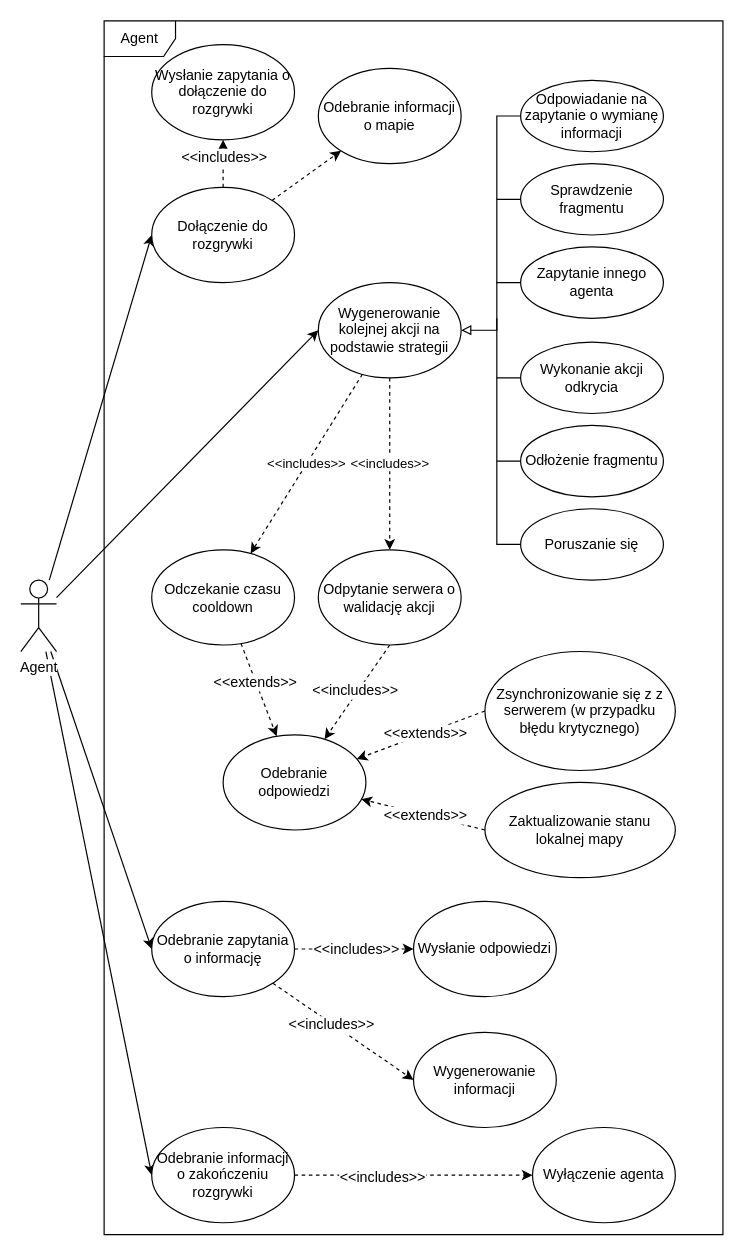
Above: UML/UseCaseDiagram/Agent-Agent.drawio in MINI-IO/IO-project-game (draw.io), before the change. Source tidied: cells renumbered, new cells numbered last; positions are measured from the earlier drawing's top-left corner, leaving out a move shared by most shapes. Both pictures are drawn from the tidied source at 119%, with x=0, y=0 at pixel (20, 20).
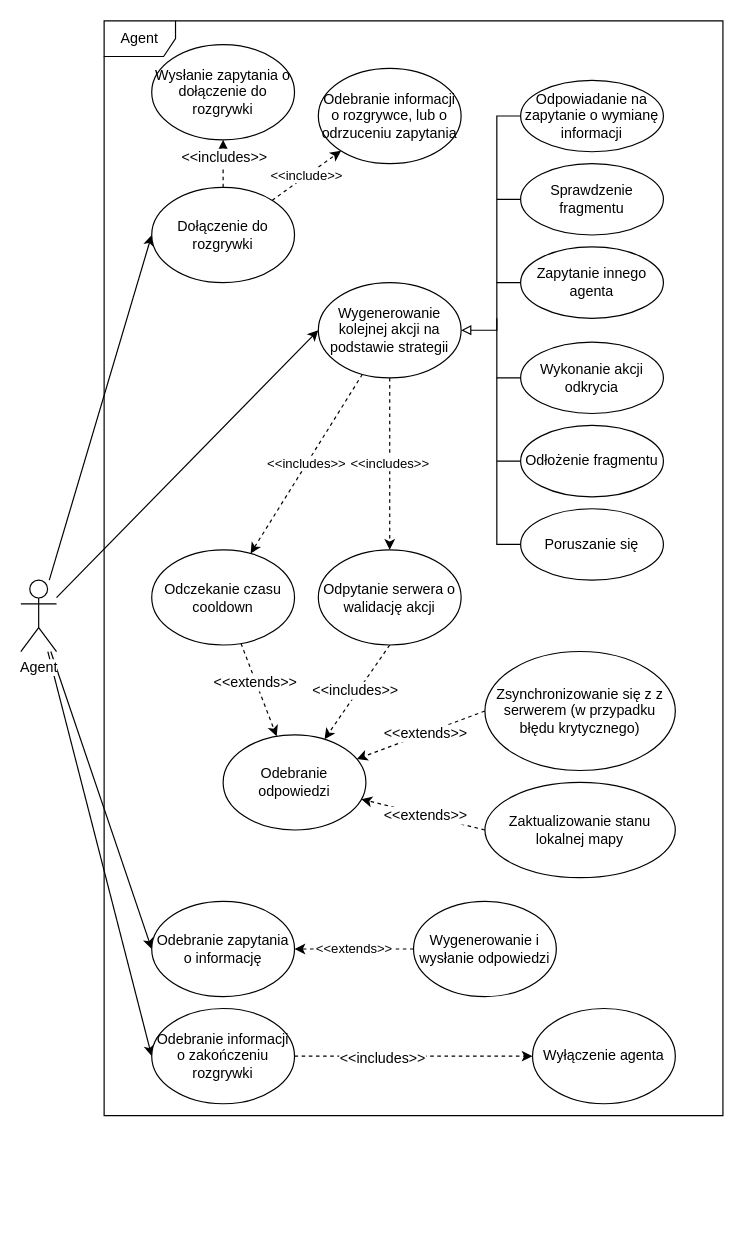
The same page after the edit.

The change refers to these unchanged cells:
```xml
<mxCell id="10" value="Dołączenie do rozgrywki" style="ellipse;whiteSpace=wrap;html=1;" parent="1" vertex="1">
  <mxGeometry x="110" y="140" width="120" height="80" as="geometry" />
</mxCell>
<mxCell id="45" value="Odebranie zapytania o informację" style="ellipse;whiteSpace=wrap;html=1;" parent="1" vertex="1">
  <mxGeometry x="110" y="740" width="120" height="80" as="geometry" />
</mxCell>
```

The edit, as a diff of the source:
```diff
@@
-    <mxCell id="9" style="rounded=0;jettySize=auto;html=1;dashed=1;" parent="1" edge="1" source="10" target="12">
+    <mxCell id="9" value="&amp;lt;&amp;lt;include&amp;gt;&amp;gt;" style="rounded=0;jettySize=auto;html=1;dashed=1;" parent="1" edge="1" source="10" target="12">
       <mxGeometry relative="1" as="geometry" />
     </mxCell>
@@
-    <mxCell id="12" value="Odebranie informacji o mapie" style="ellipse;whiteSpace=wrap;html=1;" parent="1" vertex="1">
+    <mxCell id="12" value="Odebranie informacji o rozgrywce, lub o odrzuceniu zapytania" style="ellipse;whiteSpace=wrap;html=1;" parent="1" vertex="1">
       <mxGeometry x="250" y="40" width="120" height="80" as="geometry" />
     </mxCell>
@@
-    <mxCell id="41" style="edgeStyle=none;rounded=0;jettySize=auto;html=1;entryX=0;entryY=0.5;entryDx=0;entryDy=0;dashed=1;" parent="1" edge="1" source="45" target="46">
-      <mxGeometry relative="1" as="geometry" />
-    </mxCell>
-    <mxCell id="42" value="&amp;lt;&amp;lt;includes&amp;gt;&amp;gt;" style="text;html=1;align=center;verticalAlign=middle;labelBackgroundColor=#ffffff;" parent="41" vertex="1">
-      <mxGeometry x="0.33" y="-1" relative="1" as="geometry">
-        <mxPoint x="-16" y="-1" as="offset" />
-      </mxGeometry>
-    </mxCell>
-    <mxCell id="43" style="edgeStyle=none;rounded=0;jettySize=auto;html=1;entryX=0;entryY=0.5;entryDx=0;entryDy=0;dashed=1;" parent="1" edge="1" source="45" target="47">
-      <mxGeometry relative="1" as="geometry" />
-    </mxCell>
-    <mxCell id="44" value="&amp;lt;&amp;lt;includes&amp;gt;&amp;gt;" style="text;html=1;align=center;verticalAlign=middle;labelBackgroundColor=#ffffff;" parent="43" vertex="1">
-      <mxGeometry x="-0.16" y="-1" relative="1" as="geometry" />
-    </mxCell>
@@
+    <mxCell id="53" value="&amp;lt;&amp;lt;extends&amp;gt;&amp;gt;" style="edgeStyle=orthogonalEdgeStyle;rounded=0;jettySize=auto;html=1;entryX=1;entryY=0.5;entryDx=0;entryDy=0;dashed=1;" parent="1" edge="1" source="46" target="45">
+      <mxGeometry relative="1" as="geometry" />
+    </mxCell>
-    <mxCell id="46" value="Wysłanie odpowiedzi" style="ellipse;whiteSpace=wrap;html=1;" parent="1" vertex="1">
+    <mxCell id="46" value="Wygenerowanie i wysłanie odpowiedzi" style="ellipse;whiteSpace=wrap;html=1;" parent="1" vertex="1">
       <mxGeometry x="330" y="740" width="120" height="80" as="geometry" />
     </mxCell>
-    <mxCell id="47" value="Wygenerowanie informacji" style="ellipse;whiteSpace=wrap;html=1;" parent="1" vertex="1">
-      <mxGeometry x="330" y="850" width="120" height="80" as="geometry" />
-    </mxCell>
@@
     <mxCell id="50" value="Odebranie informacji o zakończeniu rozgrywki" style="ellipse;whiteSpace=wrap;html=1;" parent="1" vertex="1">
-      <mxGeometry x="110" y="930" width="120" height="80" as="geometry" />
+      <mxGeometry x="110" y="830" width="120" height="80" as="geometry" />
     </mxCell>
     <mxCell id="51" value="Wyłączenie agenta" style="ellipse;whiteSpace=wrap;html=1;" parent="1" vertex="1">
-      <mxGeometry x="430" y="930" width="120" height="80" as="geometry" />
+      <mxGeometry x="430" y="830" width="120" height="80" as="geometry" />
     </mxCell>
     <mxCell id="52" value="Agent" style="shape=umlFrame;whiteSpace=wrap;html=1;" parent="1" vertex="1">
-      <mxGeometry x="70" width="520" height="1020" as="geometry" />
+      <mxGeometry x="70" width="520" height="920" as="geometry" />
     </mxCell>
```
